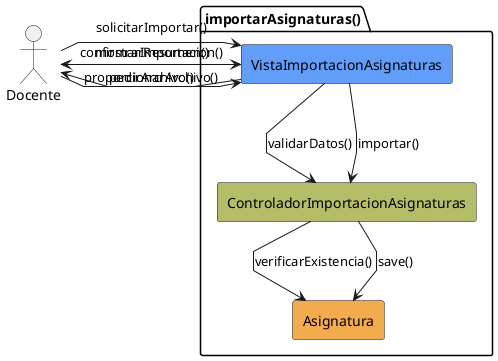
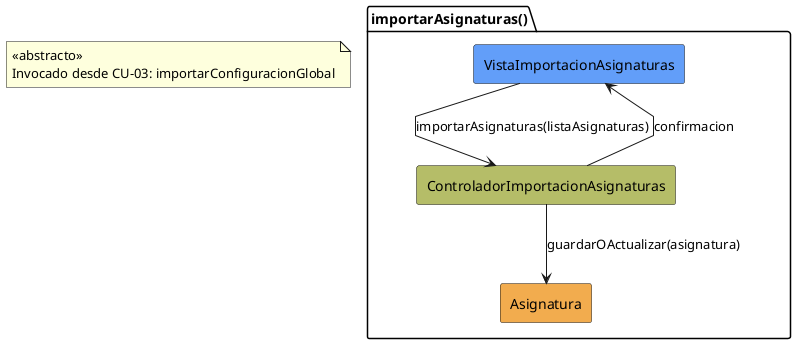
﻿@startuml importarAsignaturas-analisis
skinparam linetype polyline

- actor Docente
+ note "<<abstracto>>\nInvocado desde CU-03: importarConfiguracionGlobal" as N1
package importarAsignaturas as "importarAsignaturas()" {
    rectangle #629EF9 VistaImportacionAsignaturas
    rectangle #b5bd68 ControladorImportacionAsignaturas
    rectangle #F2AC4E Asignatura
}

- Docente -r-> VistaImportacionAsignaturas: solicitarImportar()
- VistaImportacionAsignaturas --> Docente: pedirArchivo()
- Docente --> VistaImportacionAsignaturas: proporcionarArchivo()
- VistaImportacionAsignaturas --> ControladorImportacionAsignaturas: validarDatos()
- ControladorImportacionAsignaturas --> Asignatura: verificarExistencia()
- VistaImportacionAsignaturas --> Docente: mostrarResumen()
- Docente --> VistaImportacionAsignaturas: confirmarImportacion()
- VistaImportacionAsignaturas -d-> ControladorImportacionAsignaturas: importar()
- ControladorImportacionAsignaturas --> Asignatura: save()
+ VistaImportacionAsignaturas -d-> ControladorImportacionAsignaturas: importarAsignaturas(listaAsignaturas)
+ ControladorImportacionAsignaturas --> Asignatura: guardarOActualizar(asignatura)
+ ControladorImportacionAsignaturas --> VistaImportacionAsignaturas: confirmacion

@enduml